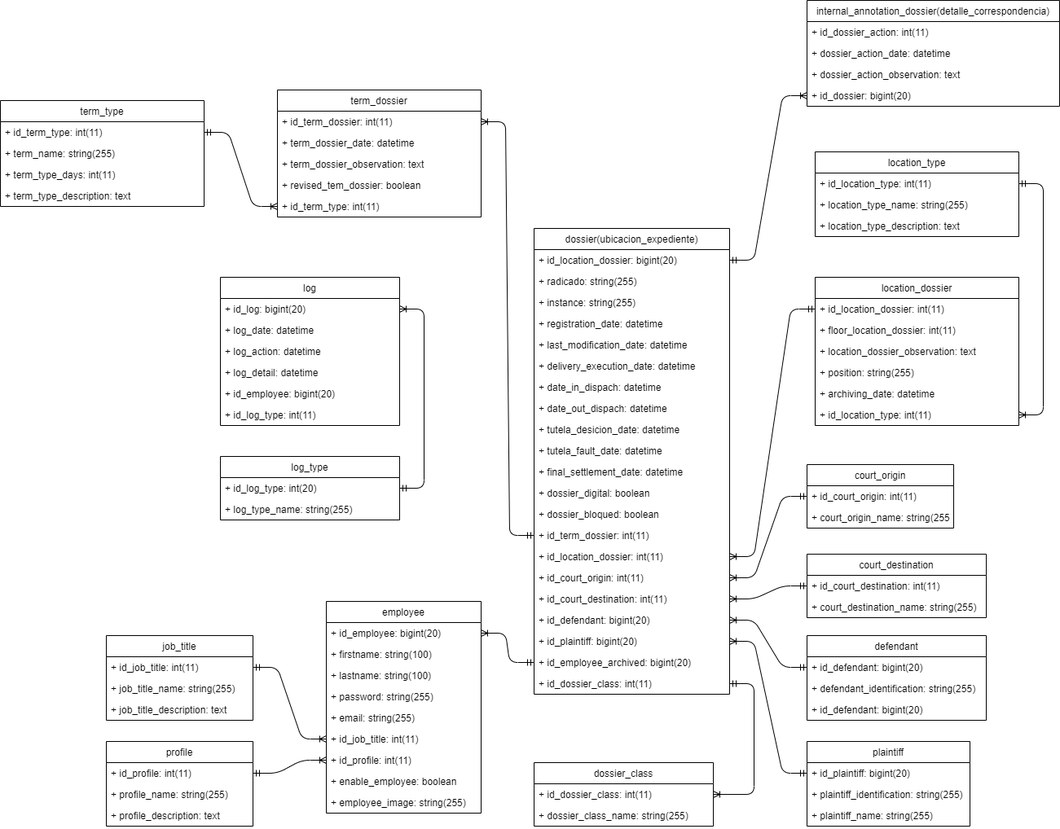
Above: laborales/database/laborales.drawio.png in jonanv/ejecucion2 (draw.io), before the change. Source tidied: cells renumbered, new cells last; positions are measured from the earlier drawing's top-left corner, leaving out a move shared by most shapes.
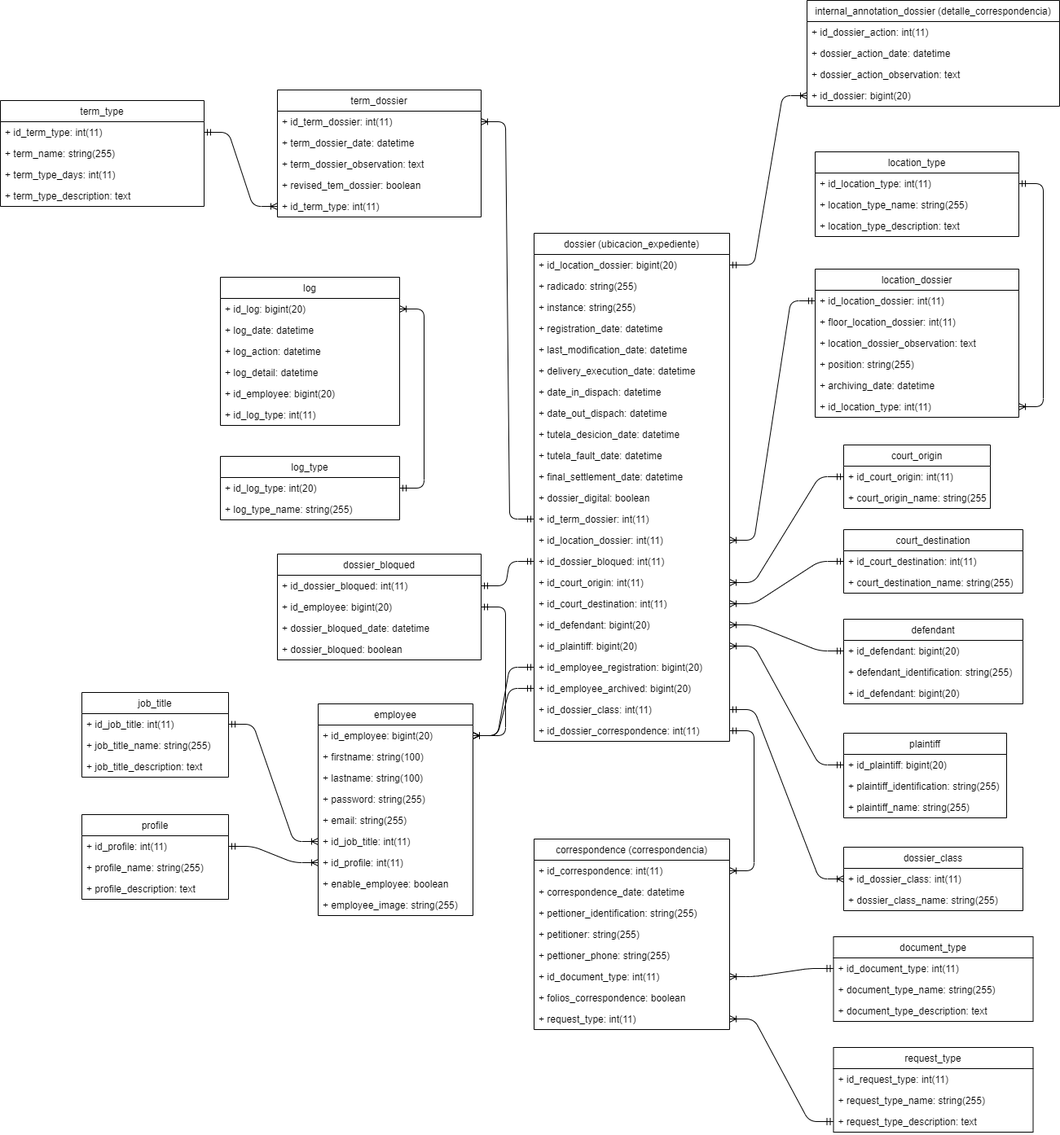
After the change.

Change to the diagram source:
```diff
@@ -3,7 +3,7 @@
     <mxCell id="0" />
     <mxCell id="1" parent="0" />
     <mxCell id="2" value="employee" style="swimlane;fontStyle=0;horizontal=1;startSize=26;fillColor=none;" parent="1" vertex="1">
-      <mxGeometry x="400" y="738" width="190" height="260" as="geometry" />
+      <mxGeometry x="390" y="864" width="190" height="260" as="geometry" />
     </mxCell>
     <mxCell id="3" value="+ id_employee: bigint(20)" style="text;strokeColor=none;fillColor=none;align=left;verticalAlign=top;spacingLeft=4;spacingRight=4;overflow=hidden;points=[[0,0.5],[1,0.5]];portConstraint=eastwest;" parent="2" vertex="1">
       <mxGeometry y="26" width="190" height="26" as="geometry" />
@@ -33,7 +33,7 @@
       <mxGeometry y="234" width="190" height="26" as="geometry" />
     </mxCell>
     <mxCell id="12" value="job_title" style="swimlane;fontStyle=0;horizontal=1;startSize=26;fillColor=none;" parent="1" vertex="1">
-      <mxGeometry x="130" y="780" width="180" height="104" as="geometry" />
+      <mxGeometry x="100" y="850" width="180" height="104" as="geometry" />
     </mxCell>
     <mxCell id="13" value="+ id_job_title: int(11)" style="text;strokeColor=none;fillColor=none;align=left;verticalAlign=top;spacingLeft=4;spacingRight=4;overflow=hidden;points=[[0,0.5],[1,0.5]];portConstraint=eastwest;" parent="12" vertex="1">
       <mxGeometry y="26" width="180" height="26" as="geometry" />
@@ -48,7 +48,7 @@
       <mxGeometry relative="1" as="geometry" />
     </mxCell>
     <mxCell id="17" value="profile" style="swimlane;fontStyle=0;horizontal=1;startSize=26;fillColor=none;" parent="1" vertex="1">
-      <mxGeometry x="130" y="910" width="180" height="104" as="geometry" />
+      <mxGeometry x="100" y="1000" width="180" height="104" as="geometry" />
     </mxCell>
     <mxCell id="18" value="+ id_profile: int(11)" style="text;strokeColor=none;fillColor=none;align=left;verticalAlign=top;spacingLeft=4;spacingRight=4;overflow=hidden;points=[[0,0.5],[1,0.5]];portConstraint=eastwest;" parent="17" vertex="1">
       <mxGeometry y="26" width="180" height="26" as="geometry" />
@@ -63,7 +63,7 @@
       <mxGeometry relative="1" as="geometry" />
     </mxCell>
     <mxCell id="22" value="defendant" style="swimlane;fontStyle=0;horizontal=1;startSize=26;fillColor=none;" parent="1" vertex="1">
-      <mxGeometry x="990" y="780" width="220" height="104" as="geometry" />
+      <mxGeometry x="1035" y="760" width="220" height="104" as="geometry" />
     </mxCell>
     <mxCell id="23" value="+ id_defendant: bigint(20)" style="text;strokeColor=none;fillColor=none;align=left;verticalAlign=top;spacingLeft=4;spacingRight=4;overflow=hidden;points=[[0,0.5],[1,0.5]];portConstraint=eastwest;" parent="22" vertex="1">
       <mxGeometry y="26" width="220" height="26" as="geometry" />
@@ -75,7 +75,7 @@
       <mxGeometry y="78" width="220" height="26" as="geometry" />
     </mxCell>
     <mxCell id="26" value="plaintiff" style="swimlane;fontStyle=0;horizontal=1;startSize=26;fillColor=none;" parent="1" vertex="1">
-      <mxGeometry x="990" y="910" width="200" height="104" as="geometry" />
+      <mxGeometry x="1035" y="900" width="200" height="104" as="geometry" />
     </mxCell>
     <mxCell id="27" value="+ id_plaintiff: bigint(20)" style="text;strokeColor=none;fillColor=none;align=left;verticalAlign=top;spacingLeft=4;spacingRight=4;overflow=hidden;points=[[0,0.5],[1,0.5]];portConstraint=eastwest;" parent="26" vertex="1">
       <mxGeometry y="26" width="200" height="26" as="geometry" />
@@ -87,7 +87,7 @@
       <mxGeometry y="78" width="200" height="26" as="geometry" />
     </mxCell>
     <mxCell id="30" value="court_origin" style="swimlane;fontStyle=0;horizontal=1;startSize=26;fillColor=none;" parent="1" vertex="1">
-      <mxGeometry x="990" y="570" width="180" height="78" as="geometry" />
+      <mxGeometry x="1035" y="546" width="180" height="78" as="geometry" />
     </mxCell>
     <mxCell id="31" value="+ id_court_origin: int(11)" style="text;strokeColor=none;fillColor=none;align=left;verticalAlign=top;spacingLeft=4;spacingRight=4;overflow=hidden;points=[[0,0.5],[1,0.5]];portConstraint=eastwest;" parent="30" vertex="1">
       <mxGeometry y="26" width="180" height="26" as="geometry" />
@@ -96,7 +96,7 @@
       <mxGeometry y="52" width="180" height="26" as="geometry" />
     </mxCell>
     <mxCell id="33" value="court_destination" style="swimlane;fontStyle=0;horizontal=1;startSize=26;fillColor=none;" parent="1" vertex="1">
-      <mxGeometry x="990" y="680" width="220" height="78" as="geometry" />
+      <mxGeometry x="1035" y="650" width="220" height="78" as="geometry" />
     </mxCell>
     <mxCell id="34" value="+ id_court_destination: int(11)" style="text;strokeColor=none;fillColor=none;align=left;verticalAlign=top;spacingLeft=4;spacingRight=4;overflow=hidden;points=[[0,0.5],[1,0.5]];portConstraint=eastwest;" parent="33" vertex="1">
       <mxGeometry y="26" width="220" height="26" as="geometry" />
@@ -104,8 +104,8 @@
     <mxCell id="35" value="+ court_destination_name: string(255)" style="text;strokeColor=none;fillColor=none;align=left;verticalAlign=top;spacingLeft=4;spacingRight=4;overflow=hidden;" parent="33" vertex="1">
       <mxGeometry y="52" width="220" height="26" as="geometry" />
     </mxCell>
-    <mxCell id="36" value="dossier(ubicacion_expediente)" style="swimlane;fontStyle=0;horizontal=1;startSize=26;fillColor=none;" parent="1" vertex="1">
-      <mxGeometry x="655" y="280" width="240" height="572" as="geometry" />
+    <mxCell id="36" value="dossier (ubicacion_expediente)" style="swimlane;fontStyle=0;horizontal=1;startSize=26;fillColor=none;" parent="1" vertex="1">
+      <mxGeometry x="655" y="286" width="240" height="624" as="geometry" />
     </mxCell>
     <mxCell id="37" value="+ id_location_dossier: bigint(20)" style="text;strokeColor=none;fillColor=none;align=left;verticalAlign=top;spacingLeft=4;spacingRight=4;overflow=hidden;points=[[0,0.5],[1,0.5]];portConstraint=eastwest;" parent="36" vertex="1">
       <mxGeometry y="26" width="240" height="26" as="geometry" />
@@ -143,15 +143,15 @@
     <mxCell id="48" value="+ dossier_digital: boolean" style="text;strokeColor=none;fillColor=none;align=left;verticalAlign=top;spacingLeft=4;spacingRight=4;overflow=hidden;" parent="36" vertex="1">
       <mxGeometry y="312" width="240" height="26" as="geometry" />
     </mxCell>
-    <mxCell id="49" value="+ dossier_bloqued: boolean" style="text;strokeColor=none;fillColor=none;align=left;verticalAlign=top;spacingLeft=4;spacingRight=4;overflow=hidden;" parent="36" vertex="1">
-      <mxGeometry y="338" width="240" height="26" as="geometry" />
-    </mxCell>
     <mxCell id="50" value="+ id_term_dossier: int(11)" style="text;strokeColor=none;fillColor=none;align=left;verticalAlign=top;spacingLeft=4;spacingRight=4;overflow=hidden;points=[[0,0.5],[1,0.5]];portConstraint=eastwest;" parent="36" vertex="1">
-      <mxGeometry y="364" width="240" height="26" as="geometry" />
+      <mxGeometry y="338" width="240" height="26" as="geometry" />
     </mxCell>
     <mxCell id="51" value="+ id_location_dossier: int(11)" style="text;strokeColor=none;fillColor=none;align=left;verticalAlign=top;spacingLeft=4;spacingRight=4;overflow=hidden;points=[[0,0.5],[1,0.5]];portConstraint=eastwest;" parent="36" vertex="1">
-      <mxGeometry y="390" width="240" height="26" as="geometry" />
+      <mxGeometry y="364" width="240" height="26" as="geometry" />
     </mxCell>
+    <mxCell id="110" value="+ id_dossier_bloqued: int(11)" style="text;strokeColor=none;fillColor=none;align=left;verticalAlign=top;spacingLeft=4;spacingRight=4;overflow=hidden;points=[[0,0.5],[1,0.5]];portConstraint=eastwest;" parent="36" vertex="1">
+      <mxGeometry y="390" width="240" height="26" as="geometry" />
+    </mxCell>
     <mxCell id="52" value="+ id_court_origin: int(11)" style="text;strokeColor=none;fillColor=none;align=left;verticalAlign=top;spacingLeft=4;spacingRight=4;overflow=hidden;points=[[0,0.5],[1,0.5]];portConstraint=eastwest;" parent="36" vertex="1">
       <mxGeometry y="416" width="240" height="26" as="geometry" />
     </mxCell>
@@ -164,12 +164,18 @@
     <mxCell id="55" value="+ id_plaintiff: bigint(20)" style="text;strokeColor=none;fillColor=none;align=left;verticalAlign=top;spacingLeft=4;spacingRight=4;overflow=hidden;points=[[0,0.5],[1,0.5]];portConstraint=eastwest;" parent="36" vertex="1">
       <mxGeometry y="494" width="240" height="26" as="geometry" />
     </mxCell>
+    <mxCell id="111" value="+ id_employee_registration: bigint(20)" style="text;strokeColor=none;fillColor=none;align=left;verticalAlign=top;spacingLeft=4;spacingRight=4;overflow=hidden;points=[[0,0.5],[1,0.5]];portConstraint=eastwest;" parent="36" vertex="1">
+      <mxGeometry y="520" width="240" height="26" as="geometry" />
+    </mxCell>
     <mxCell id="56" value="+ id_employee_archived: bigint(20)" style="text;strokeColor=none;fillColor=none;align=left;verticalAlign=top;spacingLeft=4;spacingRight=4;overflow=hidden;points=[[0,0.5],[1,0.5]];portConstraint=eastwest;" parent="36" vertex="1">
-      <mxGeometry y="520" width="240" height="26" as="geometry" />
+      <mxGeometry y="546" width="240" height="26" as="geometry" />
     </mxCell>
     <mxCell id="57" value="+ id_dossier_class: int(11)" style="text;strokeColor=none;fillColor=none;align=left;verticalAlign=top;spacingLeft=4;spacingRight=4;overflow=hidden;points=[[0,0.5],[1,0.5]];portConstraint=eastwest;" parent="36" vertex="1">
-      <mxGeometry y="546" width="240" height="26" as="geometry" />
+      <mxGeometry y="572" width="240" height="26" as="geometry" />
     </mxCell>
+    <mxCell id="112" value="+ id_dossier_correspondence: int(11)" style="text;strokeColor=none;fillColor=none;align=left;verticalAlign=top;spacingLeft=4;spacingRight=4;overflow=hidden;points=[[0,0.5],[1,0.5]];portConstraint=eastwest;" parent="36" vertex="1">
+      <mxGeometry y="598" width="240" height="26" as="geometry" />
+    </mxCell>
     <mxCell id="58" style="edgeStyle=entityRelationEdgeStyle;fontSize=12;html=1;endArrow=ERoneToMany;startArrow=ERmandOne;" parent="1" edge="1" source="31" target="52">
       <mxGeometry relative="1" as="geometry" />
     </mxCell>
@@ -186,7 +192,7 @@
       <mxGeometry relative="1" as="geometry" />
     </mxCell>
     <mxCell id="63" value="dossier_class" style="swimlane;fontStyle=0;horizontal=1;startSize=26;fillColor=none;" parent="1" vertex="1">
-      <mxGeometry x="655" y="936" width="220" height="78" as="geometry" />
+      <mxGeometry x="1035" y="1040" width="220" height="78" as="geometry" />
     </mxCell>
     <mxCell id="64" value="+ id_dossier_class: int(11)" style="text;strokeColor=none;fillColor=none;align=left;verticalAlign=top;spacingLeft=4;spacingRight=4;overflow=hidden;points=[[0,0.5],[1,0.5]];portConstraint=eastwest;" parent="63" vertex="1">
       <mxGeometry y="26" width="220" height="26" as="geometry" />
@@ -230,7 +236,7 @@
     <mxCell id="77" style="edgeStyle=entityRelationEdgeStyle;fontSize=12;html=1;endArrow=ERoneToMany;startArrow=ERmandOne;" parent="1" edge="1" source="57" target="64">
       <mxGeometry relative="1" as="geometry" />
     </mxCell>
-    <mxCell id="78" value="internal_annotation_dossier(detalle_correspondencia)" style="swimlane;fontStyle=0;horizontal=1;startSize=26;fillColor=none;" parent="1" vertex="1">
+    <mxCell id="78" value="internal_annotation_dossier (detalle_correspondencia)" style="swimlane;fontStyle=0;horizontal=1;startSize=26;fillColor=none;" parent="1" vertex="1">
       <mxGeometry x="990" width="310" height="130" as="geometry" />
     </mxCell>
     <mxCell id="79" value="+ id_dossier_action: int(11)" style="text;strokeColor=none;fillColor=none;align=left;verticalAlign=top;spacingLeft=4;spacingRight=4;overflow=hidden;" parent="78" vertex="1">
@@ -279,7 +285,7 @@
       <mxGeometry y="130" width="250" height="26" as="geometry" />
     </mxCell>
     <mxCell id="94" value="location_dossier" style="swimlane;fontStyle=0;horizontal=1;startSize=26;fillColor=none;" parent="1" vertex="1">
-      <mxGeometry x="1000" y="340" width="250" height="182" as="geometry" />
+      <mxGeometry x="1000" y="330" width="250" height="182" as="geometry" />
     </mxCell>
     <mxCell id="95" value="+ id_location_dossier: int(11)" style="text;strokeColor=none;fillColor=none;align=left;verticalAlign=top;spacingLeft=4;spacingRight=4;overflow=hidden;points=[[0,0.5],[1,0.5]];portConstraint=eastwest;" parent="94" vertex="1">
       <mxGeometry y="26" width="250" height="26" as="geometry" />
@@ -326,5 +332,89 @@
     <mxCell id="109" style="edgeStyle=entityRelationEdgeStyle;fontSize=12;html=1;endArrow=ERoneToMany;startArrow=ERmandOne;" parent="1" edge="1" source="105" target="93">
       <mxGeometry relative="1" as="geometry" />
     </mxCell>
+    <mxCell id="113" value="correspondence (correspondencia)" style="swimlane;fontStyle=0;horizontal=1;startSize=26;fillColor=none;" parent="1" vertex="1">
+      <mxGeometry x="655" y="1030" width="240" height="234" as="geometry" />
+    </mxCell>
+    <mxCell id="114" value="+ id_correspondence: int(11)" style="text;strokeColor=none;fillColor=none;align=left;verticalAlign=top;spacingLeft=4;spacingRight=4;overflow=hidden;points=[[0,0.5],[1,0.5]];portConstraint=eastwest;" parent="113" vertex="1">
+      <mxGeometry y="26" width="240" height="26" as="geometry" />
+    </mxCell>
+    <mxCell id="115" value="+ correspondence_date: datetime" style="text;strokeColor=none;fillColor=none;align=left;verticalAlign=top;spacingLeft=4;spacingRight=4;overflow=hidden;" parent="113" vertex="1">
+      <mxGeometry y="52" width="240" height="26" as="geometry" />
+    </mxCell>
+    <mxCell id="116" value="+ pettioner_identification: string(255)" style="text;strokeColor=none;fillColor=none;align=left;verticalAlign=top;spacingLeft=4;spacingRight=4;overflow=hidden;" parent="113" vertex="1">
+      <mxGeometry y="78" width="240" height="26" as="geometry" />
+    </mxCell>
+    <mxCell id="117" value="+ petitioner: string(255)" style="text;strokeColor=none;fillColor=none;align=left;verticalAlign=top;spacingLeft=4;spacingRight=4;overflow=hidden;" parent="113" vertex="1">
+      <mxGeometry y="104" width="240" height="26" as="geometry" />
+    </mxCell>
+    <mxCell id="118" value="+ pettioner_phone: string(255)" style="text;strokeColor=none;fillColor=none;align=left;verticalAlign=top;spacingLeft=4;spacingRight=4;overflow=hidden;" parent="113" vertex="1">
+      <mxGeometry y="130" width="240" height="26" as="geometry" />
+    </mxCell>
+    <mxCell id="119" value="+ id_document_type: int(11)" style="text;strokeColor=none;fillColor=none;align=left;verticalAlign=top;spacingLeft=4;spacingRight=4;overflow=hidden;points=[[0,0.5],[1,0.5]];portConstraint=eastwest;" parent="113" vertex="1">
+      <mxGeometry y="156" width="240" height="26" as="geometry" />
+    </mxCell>
+    <mxCell id="120" value="+ folios_correspondence: boolean" style="text;strokeColor=none;fillColor=none;align=left;verticalAlign=top;spacingLeft=4;spacingRight=4;overflow=hidden;" parent="113" vertex="1">
+      <mxGeometry y="182" width="240" height="26" as="geometry" />
+    </mxCell>
+    <mxCell id="121" value="+ request_type: int(11)" style="text;strokeColor=none;fillColor=none;align=left;verticalAlign=top;spacingLeft=4;spacingRight=4;overflow=hidden;points=[[0,0.5],[1,0.5]];portConstraint=eastwest;" parent="113" vertex="1">
+      <mxGeometry y="208" width="240" height="26" as="geometry" />
+    </mxCell>
+    <mxCell id="122" value="document_type" style="swimlane;fontStyle=0;horizontal=1;startSize=26;fillColor=none;" parent="1" vertex="1">
+      <mxGeometry x="1022.5" y="1150" width="245" height="104" as="geometry" />
+    </mxCell>
+    <mxCell id="123" value="+ id_document_type: int(11)" style="text;strokeColor=none;fillColor=none;align=left;verticalAlign=top;spacingLeft=4;spacingRight=4;overflow=hidden;points=[[0,0.5],[1,0.5]];portConstraint=eastwest;" parent="122" vertex="1">
+      <mxGeometry y="26" width="245" height="26" as="geometry" />
+    </mxCell>
+    <mxCell id="124" value="+ document_type_name: string(255)" style="text;strokeColor=none;fillColor=none;align=left;verticalAlign=top;spacingLeft=4;spacingRight=4;overflow=hidden;" parent="122" vertex="1">
+      <mxGeometry y="52" width="245" height="26" as="geometry" />
+    </mxCell>
+    <mxCell id="125" value="+ document_type_description: text" style="text;strokeColor=none;fillColor=none;align=left;verticalAlign=top;spacingLeft=4;spacingRight=4;overflow=hidden;" parent="122" vertex="1">
+      <mxGeometry y="78" width="245" height="26" as="geometry" />
+    </mxCell>
+    <mxCell id="126" style="edgeStyle=entityRelationEdgeStyle;fontSize=12;html=1;endArrow=ERoneToMany;startArrow=ERmandOne;" parent="1" edge="1" source="123" target="119">
+      <mxGeometry relative="1" as="geometry" />
+    </mxCell>
+    <mxCell id="127" style="edgeStyle=entityRelationEdgeStyle;fontSize=12;html=1;endArrow=ERoneToMany;startArrow=ERmandOne;" parent="1" edge="1" source="112" target="114">
+      <mxGeometry relative="1" as="geometry" />
+    </mxCell>
+    <mxCell id="128" style="edgeStyle=entityRelationEdgeStyle;fontSize=12;html=1;endArrow=ERoneToMany;startArrow=ERmandOne;" parent="1" edge="1" source="111" target="3">
+      <mxGeometry relative="1" as="geometry" />
+    </mxCell>
+    <mxCell id="129" style="edgeStyle=entityRelationEdgeStyle;fontSize=12;html=1;endArrow=ERoneToMany;startArrow=ERmandOne;" parent="1" edge="1" source="132" target="3">
+      <mxGeometry relative="1" as="geometry" />
+    </mxCell>
+    <mxCell id="130" value="dossier_bloqued" style="swimlane;fontStyle=0;horizontal=1;startSize=26;fillColor=none;" parent="1" vertex="1">
+      <mxGeometry x="340" y="680" width="250" height="130" as="geometry" />
+    </mxCell>
+    <mxCell id="131" value="+ id_dossier_bloqued: int(11)" style="text;strokeColor=none;fillColor=none;align=left;verticalAlign=top;spacingLeft=4;spacingRight=4;overflow=hidden;points=[[0,0.5],[1,0.5]];portConstraint=eastwest;" parent="130" vertex="1">
+      <mxGeometry y="26" width="250" height="26" as="geometry" />
+    </mxCell>
+    <mxCell id="132" value="+ id_employee: bigint(20)" style="text;strokeColor=none;fillColor=none;align=left;verticalAlign=top;spacingLeft=4;spacingRight=4;overflow=hidden;points=[[0,0.5],[1,0.5]];portConstraint=eastwest;" parent="130" vertex="1">
+      <mxGeometry y="52" width="250" height="26" as="geometry" />
+    </mxCell>
+    <mxCell id="133" value="+ dossier_bloqued_date: datetime" style="text;strokeColor=none;fillColor=none;align=left;verticalAlign=top;spacingLeft=4;spacingRight=4;overflow=hidden;" parent="130" vertex="1">
+      <mxGeometry y="78" width="250" height="26" as="geometry" />
+    </mxCell>
+    <mxCell id="49" value="+ dossier_bloqued: boolean" style="text;strokeColor=none;fillColor=none;align=left;verticalAlign=top;spacingLeft=4;spacingRight=4;overflow=hidden;" parent="130" vertex="1">
+      <mxGeometry y="104" width="250" height="26" as="geometry" />
+    </mxCell>
+    <mxCell id="134" style="edgeStyle=entityRelationEdgeStyle;fontSize=12;html=1;endArrow=ERmandOne;startArrow=ERmandOne;" parent="1" edge="1" source="131" target="110">
+      <mxGeometry relative="1" as="geometry" />
+    </mxCell>
+    <mxCell id="135" value="request_type" style="swimlane;fontStyle=0;horizontal=1;startSize=26;fillColor=none;" parent="1" vertex="1">
+      <mxGeometry x="1022.5" y="1286" width="245" height="104" as="geometry" />
+    </mxCell>
+    <mxCell id="136" value="+ id_request_type: int(11)" style="text;strokeColor=none;fillColor=none;align=left;verticalAlign=top;spacingLeft=4;spacingRight=4;overflow=hidden;" parent="135" vertex="1">
+      <mxGeometry y="26" width="245" height="26" as="geometry" />
+    </mxCell>
+    <mxCell id="137" value="+ request_type_name: string(255)" style="text;strokeColor=none;fillColor=none;align=left;verticalAlign=top;spacingLeft=4;spacingRight=4;overflow=hidden;" parent="135" vertex="1">
+      <mxGeometry y="52" width="245" height="26" as="geometry" />
+    </mxCell>
+    <mxCell id="138" value="+ request_type_description: text" style="text;strokeColor=none;fillColor=none;align=left;verticalAlign=top;spacingLeft=4;spacingRight=4;overflow=hidden;points=[[0,0.5],[1,0.5]];portConstraint=eastwest;" parent="135" vertex="1">
+      <mxGeometry y="78" width="245" height="26" as="geometry" />
+    </mxCell>
+    <mxCell id="139" style="edgeStyle=entityRelationEdgeStyle;fontSize=12;html=1;endArrow=ERoneToMany;startArrow=ERmandOne;" parent="1" edge="1" source="138" target="121">
+      <mxGeometry relative="1" as="geometry" />
+    </mxCell>
   </root>
 </mxGraphModel>
```
